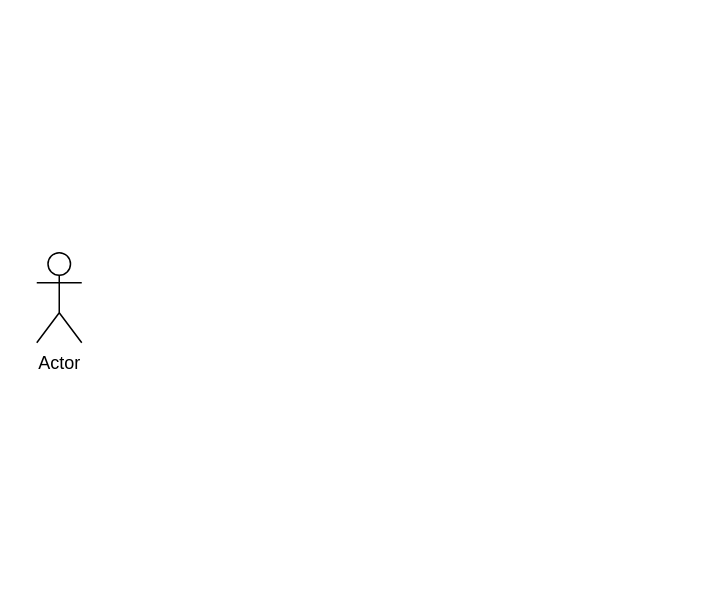
Archundia-Cortez-Brandon-Said/contextUML keeps this draw.io diagram as context.drawio. Above is the earlier version. Source tidied: cells renumbered, new cells numbered last; positions are measured from the earlier drawing's top-left corner, leaving out a move shared by most shapes. Both pictures are drawn from the tidied source at 150%, with x=0, y=0 at pixel (36, 252).
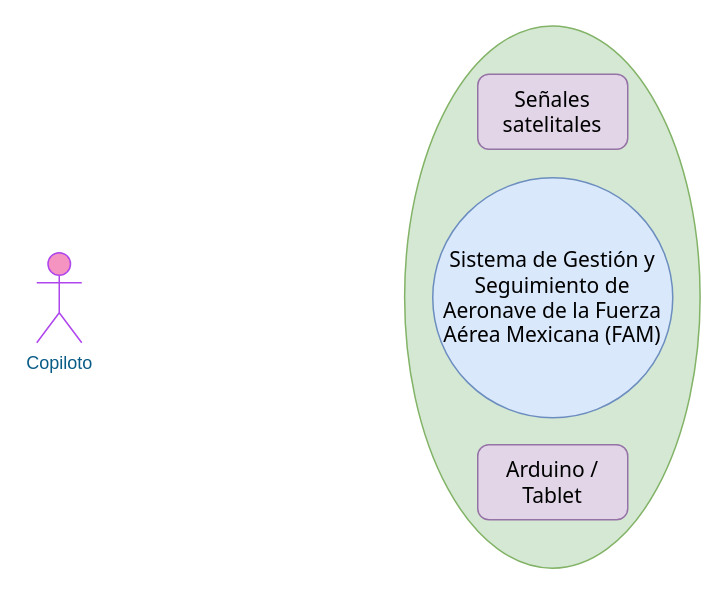
Above is the later version.

What changed in the source:
```diff
@@
 <mxGraphModel>
   <root>
     <mxCell id="0" />
     <mxCell id="1" parent="0" />
+    <mxCell id="3" style="ellipse;whiteSpace=wrap;html=1;rounded=0;sketch=0;fontFamily=Tahoma;fontSize=14;strokeColor=#82b366;fillColor=#d5e8d4;rotation=90;" parent="1" vertex="1">
+      <mxGeometry x="163" y="-69" width="361.5" height="197" as="geometry" />
+    </mxCell>
-    <mxCell id="2" value="Actor" style="shape=umlActor;verticalLabelPosition=bottom;verticalAlign=top;html=1;" parent="1" vertex="1">
+    <mxCell id="2" value="Copiloto" style="shape=umlActor;verticalLabelPosition=bottom;verticalAlign=top;html=1;fillColor=#F694C1;strokeColor=#AF45ED;fontColor=#095C86;" parent="1" vertex="1">
       <mxGeometry width="30" height="60" as="geometry" />
     </mxCell>
+    <mxCell id="4" value="Sistema de Gestión y Seguimiento de Aeronave de la Fuerza Aérea Mexicana (FAM)" style="ellipse;rounded=0;sketch=0;strokeColor=#6c8ebf;fillColor=#dae8fc;rotation=90;verticalAlign=middle;horizontal=0;fontStyle=0;fontSize=14;fontFamily=Tahoma;align=center;whiteSpace=wrap;" parent="1" vertex="1">
+      <mxGeometry x="264" y="-50" width="160" height="160" as="geometry" />
+    </mxCell>
+    <mxCell id="5" value="Señales satelitales" style="rounded=1;whiteSpace=wrap;html=1;sketch=0;fontFamily=Tahoma;fontSize=14;strokeColor=#9673a6;fillColor=#e1d5e7;align=center;" parent="1" vertex="1">
+      <mxGeometry x="294" y="-119" width="100" height="50" as="geometry" />
+    </mxCell>
+    <mxCell id="6" value="Arduino / Tablet" style="rounded=1;whiteSpace=wrap;html=1;sketch=0;fontFamily=Tahoma;fontSize=14;strokeColor=#9673a6;fillColor=#e1d5e7;align=center;" parent="1" vertex="1">
+      <mxGeometry x="294" y="128" width="100" height="50" as="geometry" />
+    </mxCell>
   </root>
 </mxGraphModel>
```
